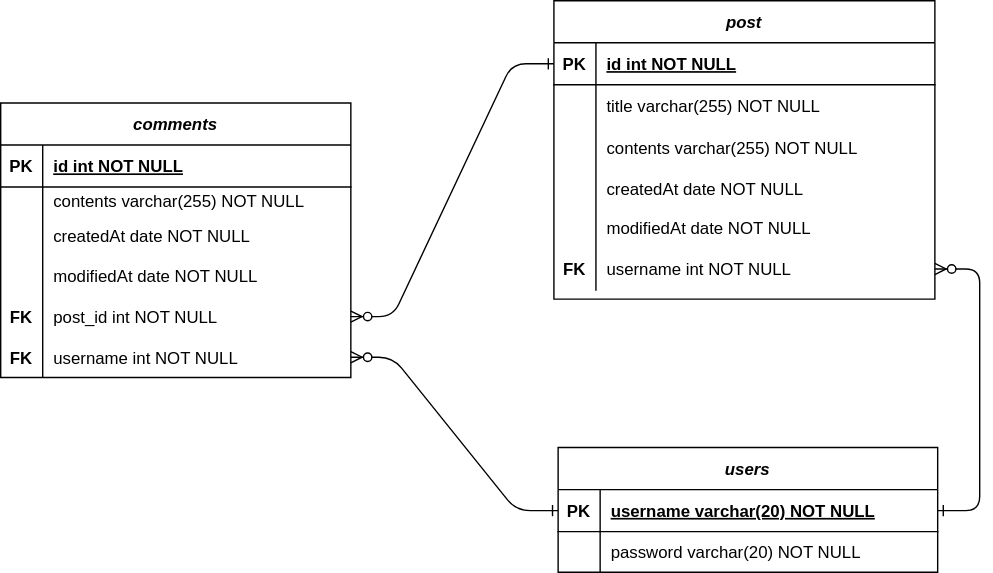
Chaeyounglim/myBlog keeps this draw.io diagram as DB Structure.drawio.svg. Above is the earlier version. Source tidied: cells renumbered, new cells last; positions are measured from the earlier drawing's top-left corner, leaving out a move shared by most shapes.
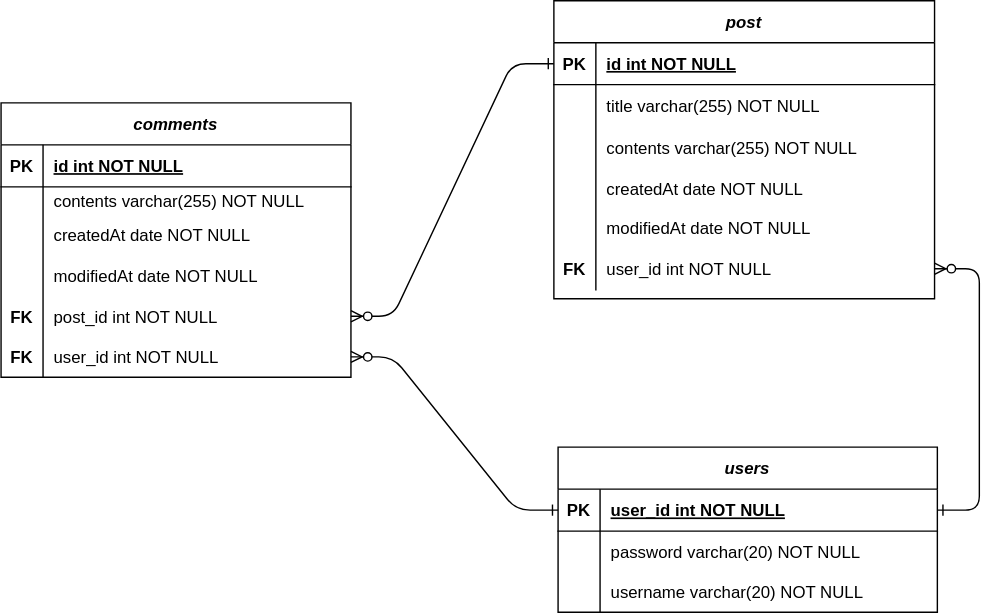
Later version of the same file.

Commit message:
docs : DB Structure. Version.3.0. update user table PK

The edit, as a diff of the source:
```diff
@@ -59,11 +59,11 @@
     <mxCell id="20" value="FK" style="shape=partialRectangle;overflow=hidden;fillColor=none;top=0;left=0;bottom=0;right=0;fontStyle=1;" parent="19" vertex="1">
       <mxGeometry width="30" height="31" as="geometry" />
     </mxCell>
-    <mxCell id="21" value="username int NOT NULL" style="shape=partialRectangle;overflow=hidden;fillColor=none;top=0;left=0;bottom=0;right=0;align=left;spacingLeft=6;" parent="19" vertex="1">
+    <mxCell id="21" value="user_id int NOT NULL" style="shape=partialRectangle;overflow=hidden;fillColor=none;top=0;left=0;bottom=0;right=0;align=left;spacingLeft=6;" parent="19" vertex="1">
       <mxGeometry x="30" width="242" height="31" as="geometry" />
     </mxCell>
     <mxCell id="22" value="users" style="shape=table;startSize=30;rowLines=0;fontStyle=3;align=center;" parent="1" vertex="1">
-      <mxGeometry x="398" y="354" width="271" height="89" as="geometry" />
+      <mxGeometry x="398" y="354" width="271" height="118" as="geometry" />
     </mxCell>
     <mxCell id="23" style="shape=partialRectangle;fillColor=none;points=[[0,0.5],[1,0.5]];portConstraint=eastwest;top=0;left=0;right=0;bottom=1;" parent="22" vertex="1">
       <mxGeometry y="30" width="271" height="30" as="geometry" />
@@ -71,7 +71,7 @@
     <mxCell id="24" value="PK" style="shape=partialRectangle;overflow=hidden;fillColor=none;top=0;left=0;bottom=0;right=0;fontStyle=1;" parent="23" vertex="1">
       <mxGeometry width="30" height="30" as="geometry" />
     </mxCell>
-    <mxCell id="25" value="username varchar(20) NOT NULL" style="shape=partialRectangle;overflow=hidden;fillColor=none;top=0;left=0;bottom=0;right=0;align=left;spacingLeft=6;fontStyle=5;" parent="23" vertex="1">
+    <mxCell id="25" value="user_id int NOT NULL" style="shape=partialRectangle;overflow=hidden;fillColor=none;top=0;left=0;bottom=0;right=0;align=left;spacingLeft=6;fontStyle=5;" parent="23" vertex="1">
       <mxGeometry x="30" width="241" height="30" as="geometry" />
     </mxCell>
     <mxCell id="26" style="shape=partialRectangle;fillColor=none;top=0;left=0;right=0;bottom=0;" parent="22" vertex="1">
@@ -83,6 +83,15 @@
     <mxCell id="28" value="password varchar(20) NOT NULL" style="shape=partialRectangle;overflow=hidden;fillColor=none;top=0;left=0;bottom=0;right=0;align=left;spacingLeft=6;" parent="26" vertex="1">
       <mxGeometry x="30" width="241" height="29" as="geometry" />
     </mxCell>
+    <mxCell id="50" style="shape=partialRectangle;fillColor=none;top=0;left=0;right=0;bottom=0;" parent="22" vertex="1">
+      <mxGeometry y="89" width="271" height="29" as="geometry" />
+    </mxCell>
+    <mxCell id="51" style="shape=partialRectangle;overflow=hidden;fillColor=none;top=0;left=0;bottom=0;right=0;" parent="50" vertex="1">
+      <mxGeometry width="30" height="29" as="geometry" />
+    </mxCell>
+    <mxCell id="52" value="username varchar(20) NOT NULL" style="shape=partialRectangle;overflow=hidden;fillColor=none;top=0;left=0;bottom=0;right=0;align=left;spacingLeft=6;" parent="50" vertex="1">
+      <mxGeometry x="30" width="241" height="29" as="geometry" />
+    </mxCell>
     <mxCell id="29" value="comments" style="shape=table;startSize=30;rowLines=0;fontStyle=3;align=center;" parent="1" vertex="1">
       <mxGeometry y="108" width="250" height="196" as="geometry" />
     </mxCell>
@@ -137,7 +146,7 @@
     <mxCell id="46" value="FK" style="shape=partialRectangle;overflow=hidden;fillColor=none;top=0;left=0;bottom=0;right=0;fontStyle=1;" parent="45" vertex="1">
       <mxGeometry width="30" height="29" as="geometry" />
     </mxCell>
-    <mxCell id="47" value="username int NOT NULL" style="shape=partialRectangle;overflow=hidden;fillColor=none;top=0;left=0;bottom=0;right=0;align=left;spacingLeft=6;" parent="45" vertex="1">
+    <mxCell id="47" value="user_id int NOT NULL" style="shape=partialRectangle;overflow=hidden;fillColor=none;top=0;left=0;bottom=0;right=0;align=left;spacingLeft=6;" parent="45" vertex="1">
       <mxGeometry x="30" width="220" height="29" as="geometry" />
     </mxCell>
     <mxCell id="48" style="edgeStyle=entityRelationEdgeStyle;endArrow=ERzeroToMany;startArrow=ERone;endFill=1;startFill=0;entryX=1;entryY=0.5;entryDx=0;entryDy=0;exitX=0;exitY=0.5;exitDx=0;exitDy=0;" parent="1" edge="1" source="4" target="42">
```
